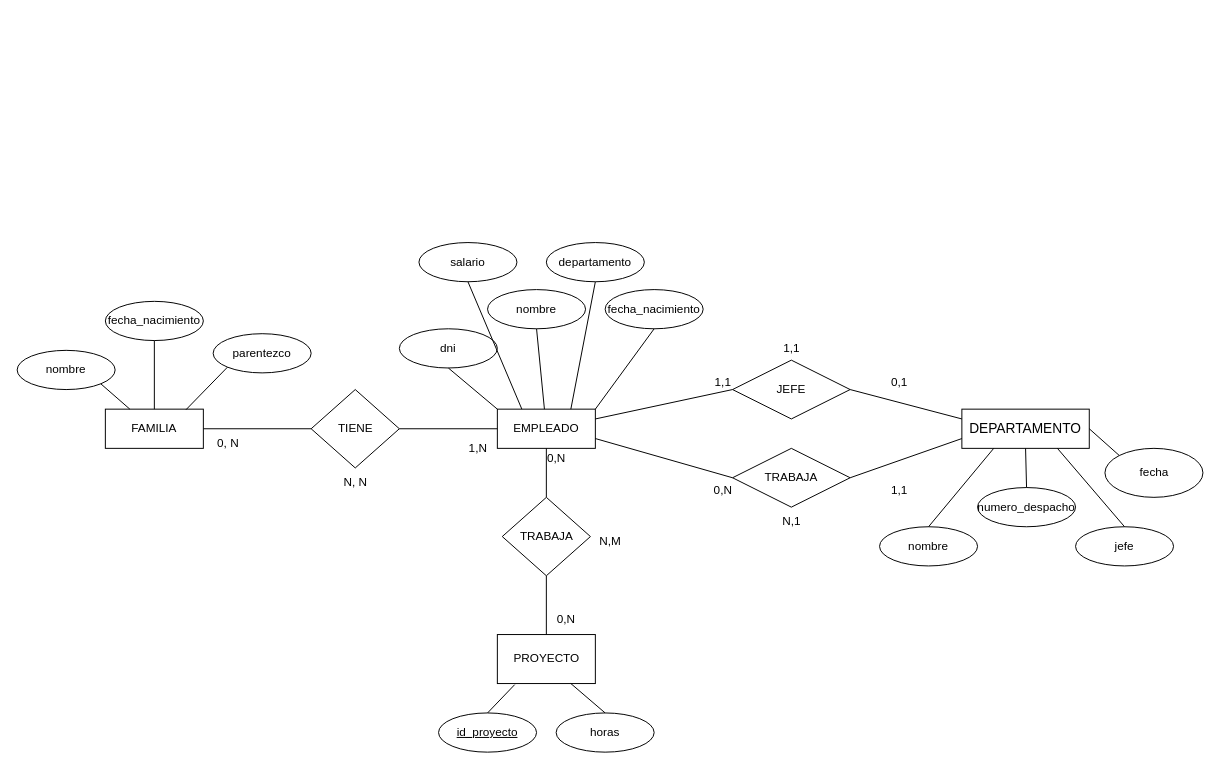
Before: BBDD/Tareas/Tema 2/Tarea2.0drawio.drawio in PavDev3/CFGS-DAW, a draw.io diagram. Source tidied: cells renumbered, new cells numbered last; positions are measured from the earlier drawing's top-left corner, leaving out a move shared by most shapes. Both pictures are drawn from the tidied source at 98%, with x=0, y=0 at pixel (17, 242).
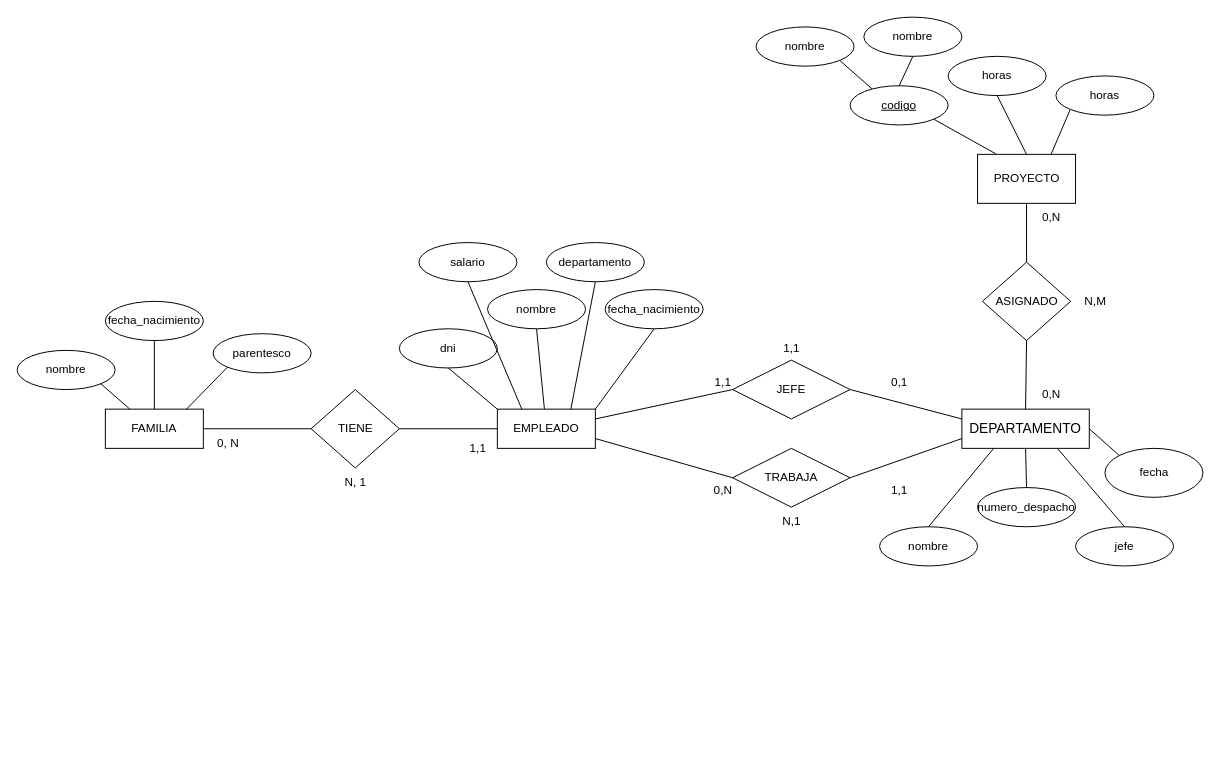
The same page after the edit.

Unchanged cells that the change refers to:
```xml
<mxCell id="8" value="EMPLEADO" style="whiteSpace=wrap;html=1;align=center;" parent="1" vertex="1">
  <mxGeometry x="490" y="170" width="100" height="40" as="geometry" />
</mxCell>
<mxCell id="9" value="&lt;span style=&quot;font-size: 14px;&quot;&gt;DEPARTAMENTO&lt;/span&gt;" style="whiteSpace=wrap;html=1;align=center;" parent="1" vertex="1">
  <mxGeometry x="964" y="170" width="130" height="40" as="geometry" />
</mxCell>
```

What changed in the source:
```diff
@@
     <mxCell id="34" value="PROYECTO" style="html=1;dashed=0;whitespace=wrap;" parent="1" vertex="1">
-      <mxGeometry x="490" y="400" width="100" height="50" as="geometry" />
+      <mxGeometry x="980" y="-90" width="100" height="50" as="geometry" />
     </mxCell>
-    <mxCell id="35" style="endArrow=none;html=1;rounded=0;exitX=0.5;exitY=1;exitDx=0;exitDy=0;entryX=0.5;entryY=0;entryDx=0;entryDy=0;" parent="1" edge="1" source="8" target="37">
-      <mxGeometry relative="1" as="geometry" />
-    </mxCell>
-    <mxCell id="36" style="endArrow=none;html=1;rounded=0;exitX=0.5;exitY=1;exitDx=0;exitDy=0;entryX=0.5;entryY=0;entryDx=0;entryDy=0;" parent="1" edge="1" source="37" target="34">
-      <mxGeometry relative="1" as="geometry" />
-    </mxCell>
-    <mxCell id="37" value="TRABAJA" style="shape=rhombus;html=1;dashed=0;whitespace=wrap;perimeter=rhombusPerimeter;" parent="1" vertex="1">
-      <mxGeometry x="495" y="260" width="90" height="80" as="geometry" />
+    <mxCell id="37" value="ASIGNADO" style="shape=rhombus;html=1;dashed=0;whitespace=wrap;perimeter=rhombusPerimeter;" parent="1" vertex="1">
+      <mxGeometry x="985" y="20" width="90" height="80" as="geometry" />
     </mxCell>
     <mxCell id="38" value="0,N" style="text;html=1;align=center;verticalAlign=middle;strokeColor=none;fillColor=none;" parent="1" vertex="1">
-      <mxGeometry x="540" y="370" width="40" height="30" as="geometry" />
+      <mxGeometry x="1035" y="140" width="40" height="30" as="geometry" />
     </mxCell>
     <mxCell id="39" value="0,N" style="text;html=1;align=center;verticalAlign=middle;strokeColor=none;fillColor=none;" parent="1" vertex="1">
-      <mxGeometry x="530" y="205" width="40" height="30" as="geometry" />
+      <mxGeometry x="1035" y="-40" width="40" height="30" as="geometry" />
     </mxCell>
     <mxCell id="40" value="N,M" style="text;html=1;align=center;verticalAlign=middle;strokeColor=none;fillColor=none;" parent="1" vertex="1">
-      <mxGeometry x="580" y="290" width="50" height="30" as="geometry" />
+      <mxGeometry x="1075" y="45" width="50" height="30" as="geometry" />
     </mxCell>
-    <mxCell id="41" value="&lt;u&gt;id_proyecto&lt;/u&gt;" style="ellipse;whiteSpace=wrap;html=1;align=center;" parent="1" vertex="1">
-      <mxGeometry x="430" y="480" width="100" height="40" as="geometry" />
+    <mxCell id="41" value="&lt;u&gt;codigo&lt;/u&gt;" style="ellipse;whiteSpace=wrap;html=1;align=center;" parent="1" vertex="1">
+      <mxGeometry x="850" y="-160" width="100" height="40" as="geometry" />
     </mxCell>
-    <mxCell id="42" style="endArrow=none;html=1;rounded=0;exitX=0.177;exitY=1.022;exitDx=0;exitDy=0;entryX=0.5;entryY=0;entryDx=0;entryDy=0;exitPerimeter=0;" parent="1" edge="1" source="34" target="41">
-      <mxGeometry relative="1" as="geometry" />
-    </mxCell>
     <mxCell id="43" value="horas" style="ellipse;whiteSpace=wrap;html=1;align=center;" parent="1" vertex="1">
-      <mxGeometry x="550" y="480" width="100" height="40" as="geometry" />
+      <mxGeometry x="1060" y="-170" width="100" height="40" as="geometry" />
     </mxCell>
-    <mxCell id="44" style="endArrow=none;html=1;rounded=0;exitX=0.75;exitY=1;exitDx=0;exitDy=0;entryX=0.5;entryY=0;entryDx=0;entryDy=0;" parent="1" edge="1" source="34" target="43">
-      <mxGeometry relative="1" as="geometry" />
-    </mxCell>
@@
-    <mxCell id="48" value="parentezco" style="ellipse;whiteSpace=wrap;html=1;align=center;" parent="1" vertex="1">
+    <mxCell id="48" value="parentesco" style="ellipse;whiteSpace=wrap;html=1;align=center;" parent="1" vertex="1">
       <mxGeometry x="200" y="93" width="100" height="40" as="geometry" />
     </mxCell>
@@
-    <mxCell id="55" value="1,N" style="text;html=1;align=center;verticalAlign=middle;strokeColor=none;fillColor=none;" parent="1" vertex="1">
+    <mxCell id="55" value="1,1" style="text;html=1;align=center;verticalAlign=middle;strokeColor=none;fillColor=none;" parent="1" vertex="1">
       <mxGeometry x="450" y="195" width="40" height="30" as="geometry" />
     </mxCell>
@@
-    <mxCell id="57" value="N, N" style="text;html=1;align=center;verticalAlign=middle;strokeColor=none;fillColor=none;" parent="1" vertex="1">
+    <mxCell id="57" value="N, 1" style="text;html=1;align=center;verticalAlign=middle;strokeColor=none;fillColor=none;" parent="1" vertex="1">
       <mxGeometry x="320" y="230" width="50" height="30" as="geometry" />
     </mxCell>
+    <mxCell id="58" value="nombre" style="ellipse;whiteSpace=wrap;html=1;align=center;" parent="1" vertex="1">
+      <mxGeometry x="754" y="-220" width="100" height="40" as="geometry" />
+    </mxCell>
+    <mxCell id="59" value="horas" style="ellipse;whiteSpace=wrap;html=1;align=center;" parent="1" vertex="1">
+      <mxGeometry x="950" y="-190" width="100" height="40" as="geometry" />
+    </mxCell>
+    <mxCell id="60" style="endArrow=none;html=1;rounded=0;entryX=0.186;entryY=-0.011;entryDx=0;entryDy=0;exitX=1;exitY=1;exitDx=0;exitDy=0;entryPerimeter=0;" parent="1" edge="1" source="41" target="34">
+      <mxGeometry relative="1" as="geometry" />
+    </mxCell>
+    <mxCell id="61" style="endArrow=none;html=1;rounded=0;exitX=1;exitY=1;exitDx=0;exitDy=0;entryX=0.223;entryY=0.079;entryDx=0;entryDy=0;entryPerimeter=0;" parent="1" edge="1" source="58" target="41">
+      <mxGeometry relative="1" as="geometry" />
+    </mxCell>
+    <mxCell id="62" style="endArrow=none;html=1;rounded=0;entryX=0.5;entryY=0;entryDx=0;entryDy=0;exitX=0.5;exitY=1;exitDx=0;exitDy=0;" parent="1" edge="1" source="59" target="34">
+      <mxGeometry relative="1" as="geometry" />
+    </mxCell>
+    <mxCell id="63" style="endArrow=none;html=1;rounded=0;entryX=0.75;entryY=0;entryDx=0;entryDy=0;exitX=0;exitY=1;exitDx=0;exitDy=0;" parent="1" edge="1" source="43" target="34">
+      <mxGeometry relative="1" as="geometry" />
+    </mxCell>
+    <mxCell id="64" value="nombre" style="ellipse;whiteSpace=wrap;html=1;align=center;" parent="1" vertex="1">
+      <mxGeometry x="864" y="-230" width="100" height="40" as="geometry" />
+    </mxCell>
+    <mxCell id="65" style="endArrow=none;html=1;rounded=0;exitX=0.5;exitY=1;exitDx=0;exitDy=0;entryX=0.5;entryY=0;entryDx=0;entryDy=0;" parent="1" edge="1" source="64" target="41">
+      <mxGeometry relative="1" as="geometry" />
+    </mxCell>
+    <mxCell id="36" style="endArrow=none;html=1;rounded=0;entryX=0.5;entryY=1;entryDx=0;entryDy=0;exitX=0.5;exitY=0;exitDx=0;exitDy=0;" parent="1" edge="1" source="37" target="34">
+      <mxGeometry relative="1" as="geometry" />
+    </mxCell>
+    <mxCell id="66" style="endArrow=none;html=1;rounded=0;entryX=0.5;entryY=0;entryDx=0;entryDy=0;exitX=0.5;exitY=1;exitDx=0;exitDy=0;" parent="1" edge="1" source="37" target="9">
+      <mxGeometry relative="1" as="geometry" />
+    </mxCell>
```
